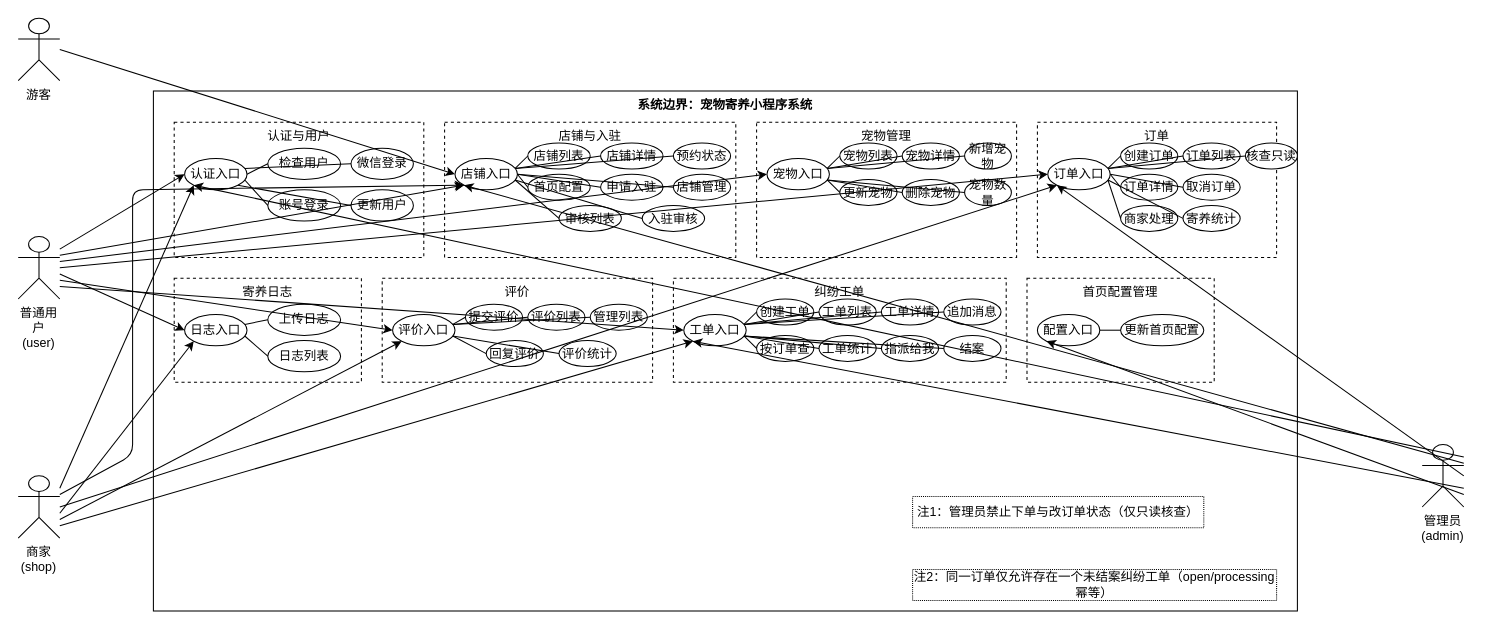
The draw.io diagram 宠物-整体用例图.drawio in First-Lucky-Dog/vscode, before the edit. Source tidied: cells renumbered, new cells numbered last; positions are measured from the earlier drawing's top-left corner, leaving out a move shared by most shapes. Both pictures are drawn from the tidied source at 104%, with x=0, y=0 at pixel (18, 18).
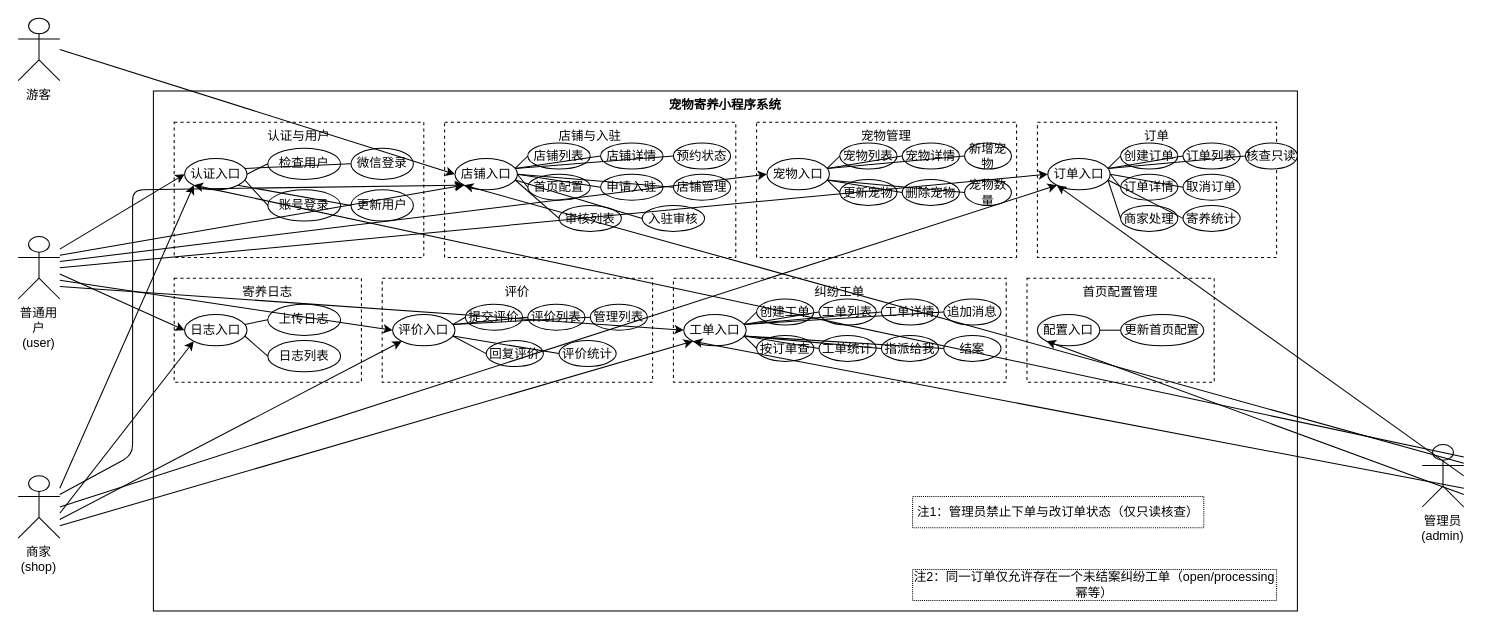
Above is the later version.

Commit message:
更新宠物-整体用例图.drawio

What changed in the source:
```diff
@@
-    <mxCell id="6" value="系统边界：宠物寄养小程序系统" style="whiteSpace=wrap;html=1;fillColor=none;verticalAlign=top;fontStyle=1;align=center;" parent="1" vertex="1">
+    <mxCell id="6" value="宠物寄养小程序系统" style="whiteSpace=wrap;html=1;fillColor=none;verticalAlign=top;fontStyle=1;align=center;" parent="1" vertex="1">
       <mxGeometry x="130" y="70" width="1100" height="500" as="geometry" />
     </mxCell>
```
